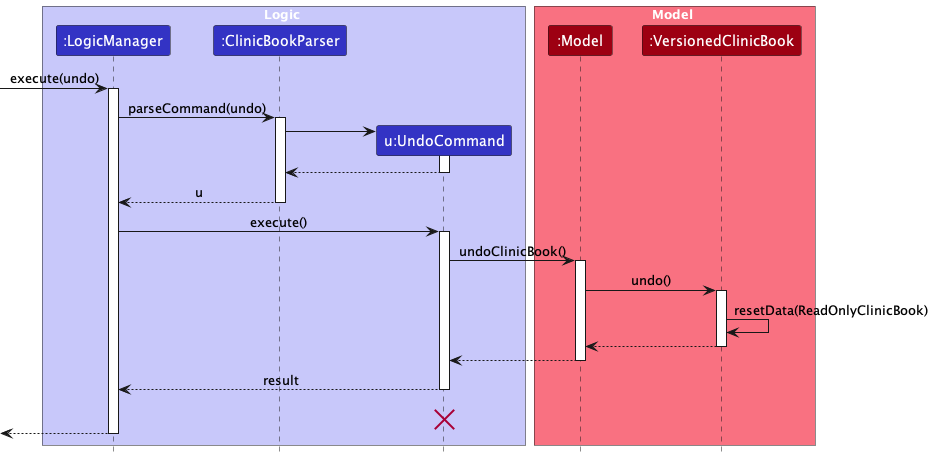
The PlantUML diagram docs/images/UndoSequenceDiagram.png in pangyyen/tp, before a commit. The source it was exported from:
```plantuml
@startuml
!include style.puml
skinparam ArrowFontStyle plain

box Logic LOGIC_COLOR_T1
participant ":LogicManager" as LogicManager LOGIC_COLOR
participant ":ClinicBookParser" as ClinicBookParser LOGIC_COLOR
participant "u:UndoCommand" as UndoCommand LOGIC_COLOR
end box

box Model MODEL_COLOR_T1
participant ":Model" as Model MODEL_COLOR
participant ":VersionedClinicBook" as VersionedClinicBook MODEL_COLOR
end box
[-> LogicManager : execute(undo)
activate LogicManager

LogicManager -> ClinicBookParser : parseCommand(undo)
activate ClinicBookParser

create UndoCommand
ClinicBookParser -> UndoCommand
activate UndoCommand

UndoCommand --> ClinicBookParser
deactivate UndoCommand

ClinicBookParser --> LogicManager : u
deactivate ClinicBookParser

LogicManager -> UndoCommand : execute()
activate UndoCommand

UndoCommand -> Model : undoClinicBook()
activate Model

Model -> VersionedClinicBook : undo()
activate VersionedClinicBook

VersionedClinicBook -> VersionedClinicBook :resetData(ReadOnlyClinicBook)
VersionedClinicBook --> Model :
deactivate VersionedClinicBook

Model --> UndoCommand
deactivate Model

UndoCommand --> LogicManager : result
deactivate UndoCommand
UndoCommand -[hidden]-> LogicManager : result
destroy UndoCommand

[<--LogicManager
deactivate LogicManager
@enduml
```
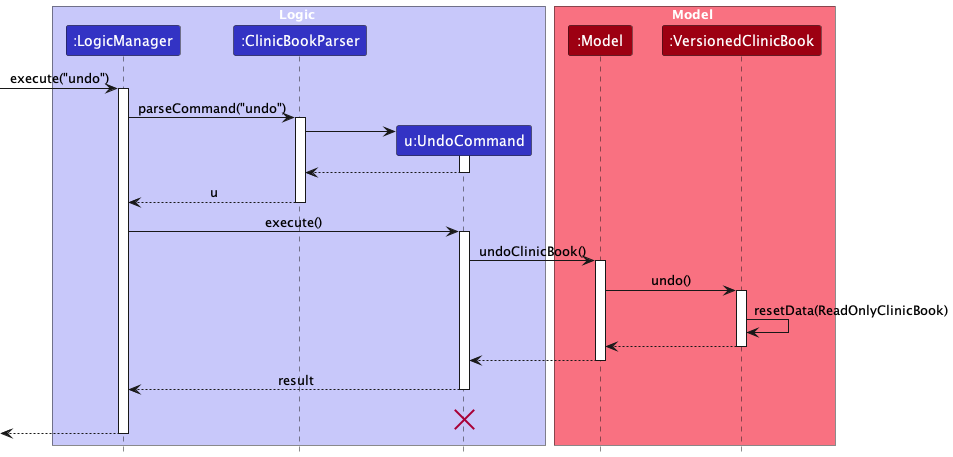
After the commit.

Diff of the diagram source:
```diff
@@ -12,10 +12,10 @@
 participant ":Model" as Model MODEL_COLOR
 participant ":VersionedClinicBook" as VersionedClinicBook MODEL_COLOR
 end box
-[-> LogicManager : execute(undo)
+[-> LogicManager : execute("undo")
 activate LogicManager
 
-LogicManager -> ClinicBookParser : parseCommand(undo)
+LogicManager -> ClinicBookParser : parseCommand("undo")
 activate ClinicBookParser
 
 create UndoCommand
```
